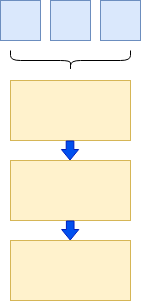
Above: test.drawio.png in DemonH-p/self-study (draw.io), before the change. Source tidied: cells renumbered, new cells last; positions are measured from the earlier drawing's top-left corner, leaving out a move shared by most shapes.
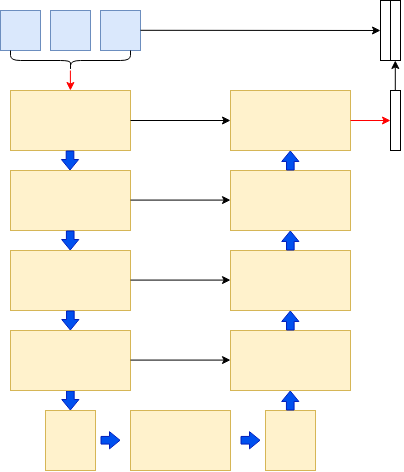
After the change.

What changed in the source:
```diff
@@ -12,7 +12,7 @@
       <mxGeometry x="100" width="40" height="40" as="geometry" />
     </mxCell>
     <mxCell id="5" style="shape=curlyBracket;whiteSpace=wrap;html=1;rounded=1;flipH=1;labelPosition=right;verticalLabelPosition=middle;align=left;verticalAlign=middle;rotation=90;" parent="1" vertex="1">
-      <mxGeometry x="60" width="20" height="120" as="geometry" />
+      <mxGeometry x="60" y="-10" width="20" height="120" as="geometry" />
     </mxCell>
     <mxCell id="6" style="rounded=0;whiteSpace=wrap;html=1;fillColor=#fff2cc;strokeColor=#d6b656;" parent="1" vertex="1">
       <mxGeometry x="10" y="80" width="120" height="60" as="geometry" />
@@ -41,5 +41,157 @@
         </Array>
       </mxGeometry>
     </mxCell>
+    <mxCell id="11" style="endArrow=classic;html=1;rounded=0;fillColor=#e51400;strokeColor=#ff0000;" parent="1" edge="1">
+      <mxGeometry relative="1" as="geometry">
+        <mxPoint x="69.9" y="60" as="sourcePoint" />
+        <mxPoint x="69.9" y="80" as="targetPoint" />
+      </mxGeometry>
+    </mxCell>
+    <mxCell id="12" style="shape=flexArrow;endArrow=classic;html=1;rounded=0;fillColor=#0050ef;strokeColor=#001DBC;endWidth=8.571428571428571;endSize=3.157142857142857;width=7.619047619047619;" parent="1" edge="1">
+      <mxGeometry relative="1" as="geometry">
+        <mxPoint x="69.9" y="300" as="sourcePoint" />
+        <mxPoint x="69.9" y="320" as="targetPoint" />
+        <Array as="points">
+          <mxPoint x="69.9" y="300" />
+        </Array>
+      </mxGeometry>
+    </mxCell>
+    <mxCell id="13" style="shape=flexArrow;endArrow=classic;html=1;rounded=0;fillColor=#0050ef;strokeColor=#001DBC;endWidth=8.571428571428571;endSize=3.157142857142857;width=7.619047619047619;" parent="1" edge="1">
+      <mxGeometry relative="1" as="geometry">
+        <mxPoint x="69.9" y="380" as="sourcePoint" />
+        <mxPoint x="69.9" y="400" as="targetPoint" />
+        <Array as="points">
+          <mxPoint x="69.9" y="380" />
+        </Array>
+      </mxGeometry>
+    </mxCell>
+    <mxCell id="14" style="rounded=0;whiteSpace=wrap;html=1;fillColor=#fff2cc;strokeColor=#d6b656;" parent="1" vertex="1">
+      <mxGeometry x="10" y="320" width="120" height="60" as="geometry" />
+    </mxCell>
+    <mxCell id="15" style="rounded=0;whiteSpace=wrap;html=1;fillColor=#fff2cc;strokeColor=#d6b656;" parent="1" vertex="1">
+      <mxGeometry x="45" y="400" width="50" height="60" as="geometry" />
+    </mxCell>
+    <mxCell id="16" style="rounded=0;whiteSpace=wrap;html=1;fillColor=#fff2cc;strokeColor=#d6b656;" parent="1" vertex="1">
+      <mxGeometry x="130" y="400" width="100" height="60" as="geometry" />
+    </mxCell>
+    <mxCell id="17" style="rounded=0;whiteSpace=wrap;html=1;fillColor=#fff2cc;strokeColor=#d6b656;" parent="1" vertex="1">
+      <mxGeometry x="265" y="400" width="50" height="60" as="geometry" />
+    </mxCell>
+    <mxCell id="18" style="rounded=0;whiteSpace=wrap;html=1;fillColor=#fff2cc;strokeColor=#d6b656;" parent="1" vertex="1">
+      <mxGeometry x="230" y="320" width="120" height="60" as="geometry" />
+    </mxCell>
+    <mxCell id="19" style="shape=flexArrow;endArrow=classic;html=1;rounded=0;fillColor=#0050ef;strokeColor=#001DBC;endWidth=8.571428571428571;endSize=3.157142857142857;width=7.619047619047619;" parent="1" edge="1">
+      <mxGeometry relative="1" as="geometry">
+        <mxPoint x="289.8" y="400" as="sourcePoint" />
+        <mxPoint x="289.8" y="380" as="targetPoint" />
+        <Array as="points">
+          <mxPoint x="289.8" y="400" />
+        </Array>
+      </mxGeometry>
+    </mxCell>
+    <mxCell id="20" style="shape=flexArrow;endArrow=classic;html=1;rounded=0;fillColor=#0050ef;strokeColor=#001DBC;endWidth=8.571428571428571;endSize=3.157142857142857;width=7.619047619047619;" parent="1" edge="1">
+      <mxGeometry relative="1" as="geometry">
+        <mxPoint x="100" y="429.8" as="sourcePoint" />
+        <mxPoint x="120" y="429.8" as="targetPoint" />
+        <Array as="points">
+          <mxPoint x="100" y="429.8" />
+        </Array>
+      </mxGeometry>
+    </mxCell>
+    <mxCell id="21" style="shape=flexArrow;endArrow=classic;html=1;rounded=0;fillColor=#0050ef;strokeColor=#001DBC;endWidth=8.571428571428571;endSize=3.157142857142857;width=7.619047619047619;" parent="1" edge="1">
+      <mxGeometry relative="1" as="geometry">
+        <mxPoint x="240" y="429.8" as="sourcePoint" />
+        <mxPoint x="260" y="429.8" as="targetPoint" />
+        <Array as="points">
+          <mxPoint x="240" y="429.8" />
+        </Array>
+      </mxGeometry>
+    </mxCell>
+    <mxCell id="22" style="rounded=0;whiteSpace=wrap;html=1;fillColor=#fff2cc;strokeColor=#d6b656;" parent="1" vertex="1">
+      <mxGeometry x="230" y="240" width="120" height="60" as="geometry" />
+    </mxCell>
+    <mxCell id="23" style="shape=flexArrow;endArrow=classic;html=1;rounded=0;fillColor=#0050ef;strokeColor=#001DBC;endWidth=8.571428571428571;endSize=3.157142857142857;width=7.619047619047619;" parent="1" edge="1">
+      <mxGeometry relative="1" as="geometry">
+        <mxPoint x="289.8" y="320" as="sourcePoint" />
+        <mxPoint x="289.8" y="300" as="targetPoint" />
+        <Array as="points">
+          <mxPoint x="289.8" y="320" />
+        </Array>
+      </mxGeometry>
+    </mxCell>
+    <mxCell id="24" style="rounded=0;whiteSpace=wrap;html=1;fillColor=#fff2cc;strokeColor=#d6b656;" parent="1" vertex="1">
+      <mxGeometry x="230" y="160" width="120" height="60" as="geometry" />
+    </mxCell>
+    <mxCell id="25" style="shape=flexArrow;endArrow=classic;html=1;rounded=0;fillColor=#0050ef;strokeColor=#001DBC;endWidth=8.571428571428571;endSize=3.157142857142857;width=7.619047619047619;" parent="1" edge="1">
+      <mxGeometry relative="1" as="geometry">
+        <mxPoint x="289.8" y="240" as="sourcePoint" />
+        <mxPoint x="289.8" y="220" as="targetPoint" />
+        <Array as="points">
+          <mxPoint x="289.8" y="240" />
+        </Array>
+      </mxGeometry>
+    </mxCell>
+    <mxCell id="26" style="rounded=0;whiteSpace=wrap;html=1;fillColor=#fff2cc;strokeColor=#d6b656;" parent="1" vertex="1">
+      <mxGeometry x="230" y="80" width="120" height="60" as="geometry" />
+    </mxCell>
+    <mxCell id="27" style="shape=flexArrow;endArrow=classic;html=1;rounded=0;fillColor=#0050ef;strokeColor=#001DBC;endWidth=8.571428571428571;endSize=3.157142857142857;width=7.619047619047619;" parent="1" edge="1">
+      <mxGeometry relative="1" as="geometry">
+        <mxPoint x="289.8" y="160" as="sourcePoint" />
+        <mxPoint x="289.8" y="140" as="targetPoint" />
+        <Array as="points">
+          <mxPoint x="289.8" y="160" />
+        </Array>
+      </mxGeometry>
+    </mxCell>
+    <mxCell id="28" style="endArrow=classic;html=1;rounded=0;fillColor=#e51400;strokeColor=#ff0000;" parent="1" edge="1">
+      <mxGeometry relative="1" as="geometry">
+        <mxPoint x="350" y="110" as="sourcePoint" />
+        <mxPoint x="390" y="110" as="targetPoint" />
+      </mxGeometry>
+    </mxCell>
+    <mxCell id="29" style="rounded=0;whiteSpace=wrap;html=1;" parent="1" vertex="1">
+      <mxGeometry x="390" y="80" width="10" height="60" as="geometry" />
+    </mxCell>
+    <mxCell id="30" style="rounded=0;whiteSpace=wrap;html=1;" parent="1" vertex="1">
+      <mxGeometry x="390" y="-10" width="10" height="60" as="geometry" />
+    </mxCell>
+    <mxCell id="31" style="rounded=0;whiteSpace=wrap;html=1;" parent="1" vertex="1">
+      <mxGeometry x="380" y="-10" width="10" height="60" as="geometry" />
+    </mxCell>
+    <mxCell id="32" style="endArrow=classic;html=1;rounded=0;fillColor=#e51400;strokeColor=#000000;entryX=0;entryY=0.5;entryDx=0;entryDy=0;" parent="1" edge="1" target="31">
+      <mxGeometry relative="1" as="geometry">
+        <mxPoint x="140" y="19.8" as="sourcePoint" />
+      </mxGeometry>
+    </mxCell>
+    <mxCell id="33" style="endArrow=classic;html=1;rounded=0;fillColor=#e51400;strokeColor=#000000;" parent="1" edge="1">
+      <mxGeometry relative="1" as="geometry">
+        <mxPoint x="394.8" y="80" as="sourcePoint" />
+        <mxPoint x="394.8" y="50" as="targetPoint" />
+      </mxGeometry>
+    </mxCell>
+    <mxCell id="34" style="endArrow=classic;html=1;rounded=0;fillColor=#e51400;strokeColor=#000000;" parent="1" edge="1">
+      <mxGeometry relative="1" as="geometry">
+        <mxPoint x="130" y="110" as="sourcePoint" />
+        <mxPoint x="230" y="110" as="targetPoint" />
+      </mxGeometry>
+    </mxCell>
+    <mxCell id="35" style="endArrow=classic;html=1;rounded=0;fillColor=#e51400;strokeColor=#000000;" parent="1" edge="1">
+      <mxGeometry relative="1" as="geometry">
+        <mxPoint x="130" y="189.6" as="sourcePoint" />
+        <mxPoint x="230" y="189.6" as="targetPoint" />
+      </mxGeometry>
+    </mxCell>
+    <mxCell id="36" style="endArrow=classic;html=1;rounded=0;fillColor=#e51400;strokeColor=#000000;" parent="1" edge="1">
+      <mxGeometry relative="1" as="geometry">
+        <mxPoint x="130" y="269.6" as="sourcePoint" />
+        <mxPoint x="230" y="269.6" as="targetPoint" />
+      </mxGeometry>
+    </mxCell>
+    <mxCell id="37" style="endArrow=classic;html=1;rounded=0;fillColor=#e51400;strokeColor=#000000;" parent="1" edge="1">
+      <mxGeometry relative="1" as="geometry">
+        <mxPoint x="130" y="349.6" as="sourcePoint" />
+        <mxPoint x="230" y="349.6" as="targetPoint" />
+      </mxGeometry>
+    </mxCell>
   </root>
 </mxGraphModel>
```
